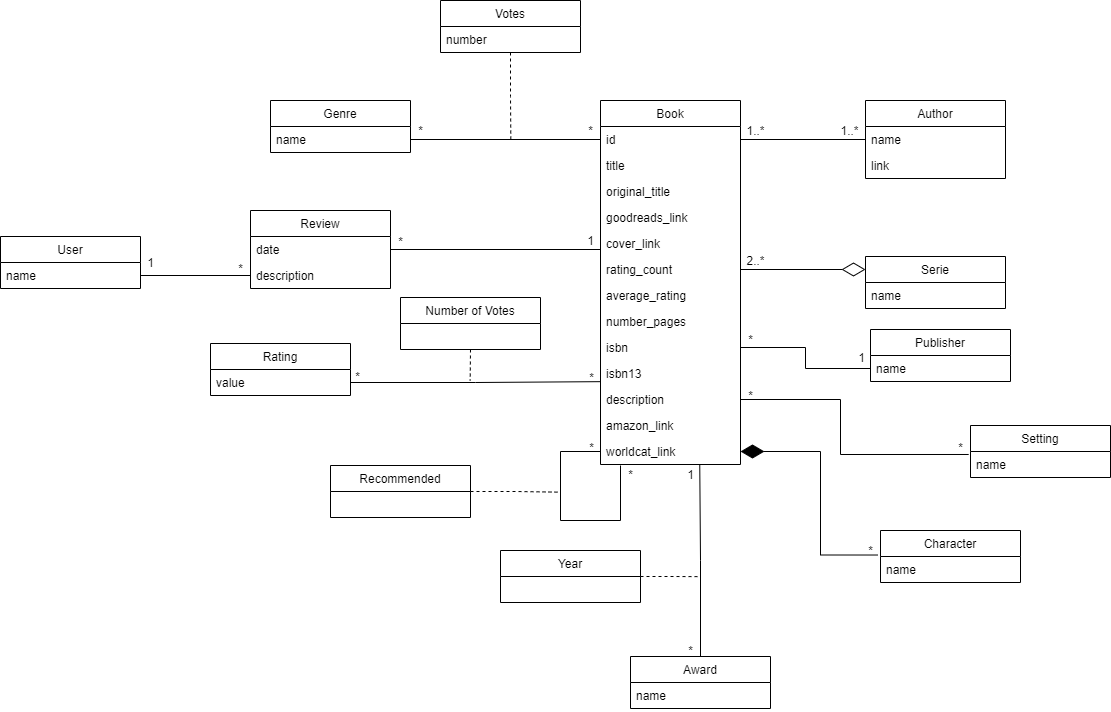
Earlier version of the draw.io export images/uml.png (diogohalmeida/FEUP-PRI-PROJ). Source tidied: cells renumbered, new cells last; positions are measured from the earlier drawing's top-left corner, leaving out a move shared by most shapes.
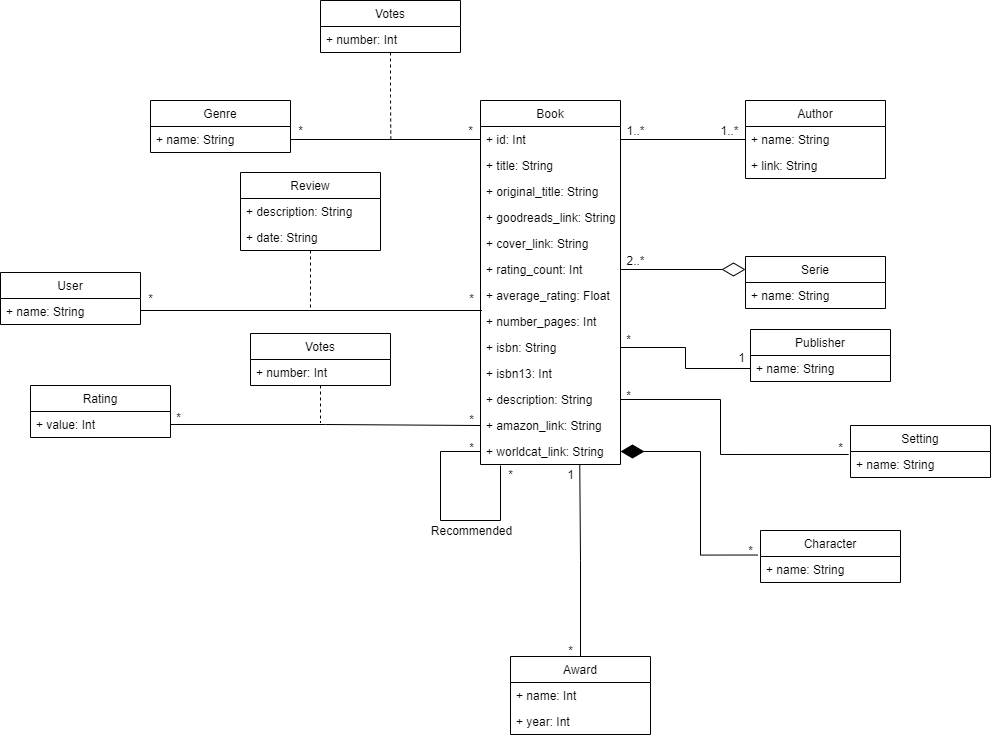
The same diagram one commit later.

Commit message:
Fixed uml and awards script

The edit, as a diff of the source:
```diff
@@ -7,39 +7,39 @@
     </mxCell>
-    <mxCell id="3" value="id" style="text;strokeColor=none;fillColor=none;align=left;verticalAlign=top;spacingLeft=4;spacingRight=4;overflow=hidden;points=[[0,0.5],[1,0.5]];portConstraint=eastwest;" parent="2" vertex="1">
+    <mxCell id="3" value="+ id: Int" style="text;strokeColor=none;fillColor=none;align=left;verticalAlign=top;spacingLeft=4;spacingRight=4;overflow=hidden;points=[[0,0.5],[1,0.5]];portConstraint=eastwest;" parent="2" vertex="1">
       <mxGeometry y="26" width="140" height="26" as="geometry" />
     </mxCell>
-    <mxCell id="4" value="title" style="text;strokeColor=none;fillColor=none;align=left;verticalAlign=top;spacingLeft=4;spacingRight=4;overflow=hidden;" parent="2" vertex="1">
+    <mxCell id="4" value="+ title: String" style="text;strokeColor=none;fillColor=none;align=left;verticalAlign=top;spacingLeft=4;spacingRight=4;overflow=hidden;" parent="2" vertex="1">
       <mxGeometry y="52" width="140" height="26" as="geometry" />
     </mxCell>
-    <mxCell id="5" value="original_title" style="text;strokeColor=none;fillColor=none;align=left;verticalAlign=top;spacingLeft=4;spacingRight=4;overflow=hidden;" parent="2" vertex="1">
+    <mxCell id="5" value="+ original_title: String" style="text;strokeColor=none;fillColor=none;align=left;verticalAlign=top;spacingLeft=4;spacingRight=4;overflow=hidden;" parent="2" vertex="1">
       <mxGeometry y="78" width="140" height="26" as="geometry" />
     </mxCell>
-    <mxCell id="6" value="goodreads_link" style="text;strokeColor=none;fillColor=none;align=left;verticalAlign=top;spacingLeft=4;spacingRight=4;overflow=hidden;" parent="2" vertex="1">
+    <mxCell id="6" value="+ goodreads_link: String" style="text;strokeColor=none;fillColor=none;align=left;verticalAlign=top;spacingLeft=4;spacingRight=4;overflow=hidden;" parent="2" vertex="1">
       <mxGeometry y="104" width="140" height="26" as="geometry" />
     </mxCell>
-    <mxCell id="7" value="cover_link" style="text;strokeColor=none;fillColor=none;align=left;verticalAlign=top;spacingLeft=4;spacingRight=4;overflow=hidden;" parent="2" vertex="1">
+    <mxCell id="7" value="+ cover_link: String" style="text;strokeColor=none;fillColor=none;align=left;verticalAlign=top;spacingLeft=4;spacingRight=4;overflow=hidden;" parent="2" vertex="1">
       <mxGeometry y="130" width="140" height="26" as="geometry" />
     </mxCell>
-    <mxCell id="8" value="rating_count" style="text;strokeColor=none;fillColor=none;align=left;verticalAlign=top;spacingLeft=4;spacingRight=4;overflow=hidden;points=[[0,0.5],[1,0.5]];portConstraint=eastwest;" parent="2" vertex="1">
+    <mxCell id="8" value="+ rating_count: Int" style="text;strokeColor=none;fillColor=none;align=left;verticalAlign=top;spacingLeft=4;spacingRight=4;overflow=hidden;points=[[0,0.5],[1,0.5]];portConstraint=eastwest;" parent="2" vertex="1">
       <mxGeometry y="156" width="140" height="26" as="geometry" />
     </mxCell>
-    <mxCell id="9" value="average_rating" style="text;strokeColor=none;fillColor=none;align=left;verticalAlign=top;spacingLeft=4;spacingRight=4;overflow=hidden;" parent="2" vertex="1">
+    <mxCell id="9" value="+ average_rating: Float" style="text;strokeColor=none;fillColor=none;align=left;verticalAlign=top;spacingLeft=4;spacingRight=4;overflow=hidden;" parent="2" vertex="1">
       <mxGeometry y="182" width="140" height="26" as="geometry" />
     </mxCell>
-    <mxCell id="10" value="number_pages" style="text;strokeColor=none;fillColor=none;align=left;verticalAlign=top;spacingLeft=4;spacingRight=4;overflow=hidden;points=[[0,0.5],[1,0.5]];portConstraint=eastwest;" parent="2" vertex="1">
+    <mxCell id="10" value="+ number_pages: Int" style="text;strokeColor=none;fillColor=none;align=left;verticalAlign=top;spacingLeft=4;spacingRight=4;overflow=hidden;points=[[0,0.5],[1,0.5]];portConstraint=eastwest;" parent="2" vertex="1">
       <mxGeometry y="208" width="140" height="26" as="geometry" />
     </mxCell>
-    <mxCell id="11" value="isbn" style="text;strokeColor=none;fillColor=none;align=left;verticalAlign=top;spacingLeft=4;spacingRight=4;overflow=hidden;points=[[0,0.5],[1,0.5]];portConstraint=eastwest;" parent="2" vertex="1">
+    <mxCell id="11" value="+ isbn: String" style="text;strokeColor=none;fillColor=none;align=left;verticalAlign=top;spacingLeft=4;spacingRight=4;overflow=hidden;points=[[0,0.5],[1,0.5]];portConstraint=eastwest;" parent="2" vertex="1">
       <mxGeometry y="234" width="140" height="26" as="geometry" />
     </mxCell>
-    <mxCell id="12" value="isbn13" style="text;strokeColor=none;fillColor=none;align=left;verticalAlign=top;spacingLeft=4;spacingRight=4;overflow=hidden;points=[[0,0.5],[1,0.5]];portConstraint=eastwest;" parent="2" vertex="1">
+    <mxCell id="12" value="+ isbn13: Int" style="text;strokeColor=none;fillColor=none;align=left;verticalAlign=top;spacingLeft=4;spacingRight=4;overflow=hidden;points=[[0,0.5],[1,0.5]];portConstraint=eastwest;" parent="2" vertex="1">
       <mxGeometry y="260" width="140" height="26" as="geometry" />
     </mxCell>
-    <mxCell id="13" value="description" style="text;strokeColor=none;fillColor=none;align=left;verticalAlign=top;spacingLeft=4;spacingRight=4;overflow=hidden;points=[[0,0.5],[1,0.5]];portConstraint=eastwest;" parent="2" vertex="1">
+    <mxCell id="13" value="+ description: String" style="text;strokeColor=none;fillColor=none;align=left;verticalAlign=top;spacingLeft=4;spacingRight=4;overflow=hidden;points=[[0,0.5],[1,0.5]];portConstraint=eastwest;" parent="2" vertex="1">
       <mxGeometry y="286" width="140" height="26" as="geometry" />
     </mxCell>
-    <mxCell id="14" value="amazon_link" style="text;strokeColor=none;fillColor=none;align=left;verticalAlign=top;spacingLeft=4;spacingRight=4;overflow=hidden;points=[[0,0.5],[1,0.5]];portConstraint=eastwest;" parent="2" vertex="1">
+    <mxCell id="14" value="+ amazon_link: String" style="text;strokeColor=none;fillColor=none;align=left;verticalAlign=top;spacingLeft=4;spacingRight=4;overflow=hidden;points=[[0,0.5],[1,0.5]];portConstraint=eastwest;" parent="2" vertex="1">
       <mxGeometry y="312" width="140" height="26" as="geometry" />
     </mxCell>
-    <mxCell id="15" value="worldcat_link" style="text;strokeColor=none;fillColor=none;align=left;verticalAlign=top;spacingLeft=4;spacingRight=4;overflow=hidden;points=[[0,0.5],[1,0.5]];portConstraint=eastwest;" parent="2" vertex="1">
+    <mxCell id="15" value="+ worldcat_link: String" style="text;strokeColor=none;fillColor=none;align=left;verticalAlign=top;spacingLeft=4;spacingRight=4;overflow=hidden;points=[[0,0.5],[1,0.5]];portConstraint=eastwest;" parent="2" vertex="1">
       <mxGeometry y="338" width="140" height="26" as="geometry" />
@@ -59,3 +59,3 @@
     </mxCell>
-    <mxCell id="18" value="name" style="text;strokeColor=none;fillColor=none;align=left;verticalAlign=top;spacingLeft=4;spacingRight=4;overflow=hidden;" parent="17" vertex="1">
+    <mxCell id="18" value="+ name: String" style="text;strokeColor=none;fillColor=none;align=left;verticalAlign=top;spacingLeft=4;spacingRight=4;overflow=hidden;" parent="17" vertex="1">
       <mxGeometry y="26" width="140" height="26" as="geometry" />
@@ -65,6 +65,6 @@
     </mxCell>
-    <mxCell id="20" value="name" style="text;strokeColor=none;fillColor=none;align=left;verticalAlign=top;spacingLeft=4;spacingRight=4;overflow=hidden;points=[[0,0.5],[1,0.5]];portConstraint=eastwest;" parent="19" vertex="1">
+    <mxCell id="20" value="+ name: String" style="text;strokeColor=none;fillColor=none;align=left;verticalAlign=top;spacingLeft=4;spacingRight=4;overflow=hidden;points=[[0,0.5],[1,0.5]];portConstraint=eastwest;" parent="19" vertex="1">
       <mxGeometry y="26" width="140" height="26" as="geometry" />
     </mxCell>
-    <mxCell id="21" value="link" style="text;strokeColor=none;fillColor=none;align=left;verticalAlign=top;spacingLeft=4;spacingRight=4;overflow=hidden;" parent="19" vertex="1">
+    <mxCell id="21" value="+ link: String" style="text;strokeColor=none;fillColor=none;align=left;verticalAlign=top;spacingLeft=4;spacingRight=4;overflow=hidden;" parent="19" vertex="1">
       <mxGeometry y="52" width="140" height="26" as="geometry" />
@@ -74,3 +74,3 @@
     </mxCell>
-    <mxCell id="23" value="name" style="text;strokeColor=none;fillColor=none;align=left;verticalAlign=top;spacingLeft=4;spacingRight=4;overflow=hidden;points=[[0,0.5],[1,0.5]];portConstraint=eastwest;" parent="22" vertex="1">
+    <mxCell id="23" value="+ name: String" style="text;strokeColor=none;fillColor=none;align=left;verticalAlign=top;spacingLeft=4;spacingRight=4;overflow=hidden;points=[[0,0.5],[1,0.5]];portConstraint=eastwest;" parent="22" vertex="1">
       <mxGeometry y="26" width="140" height="26" as="geometry" />
@@ -80,3 +80,3 @@
     </mxCell>
-    <mxCell id="25" value="name" style="text;strokeColor=none;fillColor=none;align=left;verticalAlign=top;spacingLeft=4;spacingRight=4;overflow=hidden;points=[[0,0.5],[1,0.5]];portConstraint=eastwest;" parent="24" vertex="1">
+    <mxCell id="25" value="+ name: String" style="text;strokeColor=none;fillColor=none;align=left;verticalAlign=top;spacingLeft=4;spacingRight=4;overflow=hidden;points=[[0,0.5],[1,0.5]];portConstraint=eastwest;" parent="24" vertex="1">
       <mxGeometry y="26" width="140" height="26" as="geometry" />
@@ -86,3 +86,3 @@
     </mxCell>
-    <mxCell id="27" value="name" style="text;strokeColor=none;fillColor=none;align=left;verticalAlign=top;spacingLeft=4;spacingRight=4;overflow=hidden;points=[[0,0.5],[1,0.5]];portConstraint=eastwest;" parent="26" vertex="1">
+    <mxCell id="27" value="+ name: String" style="text;strokeColor=none;fillColor=none;align=left;verticalAlign=top;spacingLeft=4;spacingRight=4;overflow=hidden;points=[[0,0.5],[1,0.5]];portConstraint=eastwest;" parent="26" vertex="1">
       <mxGeometry y="26" width="140" height="26" as="geometry" />
@@ -93,20 +93,28 @@
     <mxCell id="29" value="Award" style="swimlane;fontStyle=0;horizontal=1;startSize=26;fillColor=none;" parent="1" vertex="1">
-      <mxGeometry x="630" y="656" width="140" height="52" as="geometry" />
+      <mxGeometry x="630" y="656" width="140" height="78" as="geometry" />
     </mxCell>
-    <mxCell id="30" value="name" style="text;strokeColor=none;fillColor=none;align=left;verticalAlign=top;spacingLeft=4;spacingRight=4;overflow=hidden;" parent="29" vertex="1">
+    <mxCell id="30" value="+ name: Int" style="text;strokeColor=none;fillColor=none;align=left;verticalAlign=top;spacingLeft=4;spacingRight=4;overflow=hidden;" parent="29" vertex="1">
       <mxGeometry y="26" width="140" height="26" as="geometry" />
     </mxCell>
+    <mxCell id="78" value="+ year: Int" style="text;strokeColor=none;fillColor=none;align=left;verticalAlign=top;spacingLeft=4;spacingRight=4;overflow=hidden;" parent="29" vertex="1">
+      <mxGeometry y="52" width="140" height="26" as="geometry" />
+    </mxCell>
+    <mxCell id="79" style="edgeStyle=orthogonalEdgeStyle;rounded=0;jettySize=auto;html=1;exitX=0.5;exitY=1;exitDx=0;exitDy=0;dashed=1;endArrow=none;endFill=0;endSize=21;" parent="1" edge="1" source="31">
+      <mxGeometry relative="1" as="geometry">
+        <mxPoint x="429.9" y="310" as="targetPoint" />
+      </mxGeometry>
+    </mxCell>
     <mxCell id="31" value="Review" style="swimlane;fontStyle=0;horizontal=1;startSize=26;fillColor=none;" parent="1" vertex="1">
-      <mxGeometry x="250" y="210" width="140" height="78" as="geometry" />
+      <mxGeometry x="360" y="172" width="140" height="78" as="geometry" />
     </mxCell>
+    <mxCell id="33" value="+ description: String" style="text;strokeColor=none;fillColor=none;align=left;verticalAlign=top;spacingLeft=4;spacingRight=4;overflow=hidden;points=[[0,0.5],[1,0.5]];portConstraint=eastwest;" parent="31" vertex="1">
+      <mxGeometry y="26" width="140" height="26" as="geometry" />
+    </mxCell>
-    <mxCell id="32" value="date" style="text;strokeColor=none;fillColor=none;align=left;verticalAlign=top;spacingLeft=4;spacingRight=4;overflow=hidden;points=[[0,0.5],[1,0.5]];portConstraint=eastwest;" parent="31" vertex="1">
-      <mxGeometry y="26" width="140" height="26" as="geometry" />
+    <mxCell id="32" value="+ date: String" style="text;strokeColor=none;fillColor=none;align=left;verticalAlign=top;spacingLeft=4;spacingRight=4;overflow=hidden;points=[[0,0.5],[1,0.5]];portConstraint=eastwest;" parent="31" vertex="1">
+      <mxGeometry y="52" width="140" height="26" as="geometry" />
     </mxCell>
-    <mxCell id="33" value="description" style="text;strokeColor=none;fillColor=none;align=left;verticalAlign=top;spacingLeft=4;spacingRight=4;overflow=hidden;points=[[0,0.5],[1,0.5]];portConstraint=eastwest;" parent="31" vertex="1">
-      <mxGeometry y="52" width="140" height="26" as="geometry" />
-    </mxCell>
     <mxCell id="34" value="User" style="swimlane;fontStyle=0;horizontal=1;startSize=26;fillColor=none;" parent="1" vertex="1">
-      <mxGeometry y="236" width="140" height="52" as="geometry" />
+      <mxGeometry x="120" y="272" width="140" height="52" as="geometry" />
     </mxCell>
-    <mxCell id="35" value="name" style="text;strokeColor=none;fillColor=none;align=left;verticalAlign=top;spacingLeft=4;spacingRight=4;overflow=hidden;points=[[0,0.5],[1,0.5]];portConstraint=eastwest;" parent="34" vertex="1">
+    <mxCell id="35" value="+ name: String" style="text;strokeColor=none;fillColor=none;align=left;verticalAlign=top;spacingLeft=4;spacingRight=4;overflow=hidden;points=[[0,0.5],[1,0.5]];portConstraint=eastwest;" parent="34" vertex="1">
       <mxGeometry y="26" width="140" height="26" as="geometry" />
@@ -129,3 +137,3 @@
     <mxCell id="41" value="*" style="text;html=1;align=center;verticalAlign=middle;strokeColor=none;fillColor=none;" parent="1" vertex="1">
-      <mxGeometry x="740" y="329" width="20" height="20" as="geometry" />
+      <mxGeometry x="738" y="329" width="20" height="20" as="geometry" />
     </mxCell>
@@ -157,30 +165,8 @@
     </mxCell>
-    <mxCell id="49" style="edgeStyle=orthogonalEdgeStyle;rounded=0;jettySize=auto;html=1;exitX=1;exitY=0.5;exitDx=0;exitDy=0;endArrow=none;endFill=0;dashed=1;" parent="1" edge="1" source="50">
-      <mxGeometry relative="1" as="geometry">
-        <mxPoint x="700" y="576.1" as="targetPoint" />
-      </mxGeometry>
-    </mxCell>
-    <mxCell id="50" value="Year" style="swimlane;fontStyle=0;horizontal=1;startSize=26;fillColor=none;" parent="1" vertex="1">
-      <mxGeometry x="500" y="550" width="140" height="52" as="geometry" />
-    </mxCell>
-    <mxCell id="51" style="edgeStyle=orthogonalEdgeStyle;rounded=0;jettySize=auto;html=1;exitX=1;exitY=0.5;exitDx=0;exitDy=0;entryX=0;entryY=0.5;entryDx=0;entryDy=0;startArrow=none;startFill=0;endArrow=none;endFill=0;startSize=21;endSize=21;sourcePerimeterSpacing=0;targetPerimeterSpacing=0;" parent="1" edge="1" source="32">
-      <mxGeometry relative="1" as="geometry">
-        <mxPoint x="600" y="321" as="targetPoint" />
-      </mxGeometry>
-    </mxCell>
     <mxCell id="52" value="*" style="text;html=1;align=center;verticalAlign=middle;strokeColor=none;fillColor=none;" parent="1" vertex="1">
-      <mxGeometry x="390" y="231" width="20" height="20" as="geometry" />
+      <mxGeometry x="581" y="288" width="20" height="20" as="geometry" />
     </mxCell>
-    <mxCell id="53" value="1" style="text;html=1;align=center;verticalAlign=middle;strokeColor=none;fillColor=none;" parent="1" vertex="1">
-      <mxGeometry x="580" y="230" width="20" height="20" as="geometry" />
-    </mxCell>
-    <mxCell id="54" style="edgeStyle=orthogonalEdgeStyle;rounded=0;jettySize=auto;html=1;exitX=1;exitY=0.5;exitDx=0;exitDy=0;entryX=0;entryY=0.5;entryDx=0;entryDy=0;startArrow=none;startFill=0;endArrow=none;endFill=0;startSize=21;endSize=21;sourcePerimeterSpacing=0;targetPerimeterSpacing=0;" parent="1" edge="1" source="35" target="33">
-      <mxGeometry relative="1" as="geometry" />
-    </mxCell>
     <mxCell id="55" value="*" style="text;html=1;align=center;verticalAlign=middle;strokeColor=none;fillColor=none;" parent="1" vertex="1">
-      <mxGeometry x="230" y="258" width="20" height="20" as="geometry" />
+      <mxGeometry x="260" y="288" width="20" height="20" as="geometry" />
     </mxCell>
-    <mxCell id="56" value="1" style="text;html=1;align=center;verticalAlign=middle;strokeColor=none;fillColor=none;" parent="1" vertex="1">
-      <mxGeometry x="140" y="252" width="20" height="20" as="geometry" />
-    </mxCell>
     <mxCell id="57" value="Genre" style="swimlane;fontStyle=0;horizontal=1;startSize=26;fillColor=none;" parent="1" vertex="1">
@@ -188,3 +174,3 @@
     </mxCell>
-    <mxCell id="58" value="name" style="text;strokeColor=none;fillColor=none;align=left;verticalAlign=top;spacingLeft=4;spacingRight=4;overflow=hidden;points=[[0,0.5],[1,0.5]];portConstraint=eastwest;" parent="57" vertex="1">
+    <mxCell id="58" value="+ name: String" style="text;strokeColor=none;fillColor=none;align=left;verticalAlign=top;spacingLeft=4;spacingRight=4;overflow=hidden;points=[[0,0.5],[1,0.5]];portConstraint=eastwest;" parent="57" vertex="1">
       <mxGeometry y="26" width="140" height="26" as="geometry" />
@@ -208,3 +194,3 @@
     </mxCell>
-    <mxCell id="64" value="number" style="text;strokeColor=none;fillColor=none;align=left;verticalAlign=top;spacingLeft=4;spacingRight=4;overflow=hidden;" parent="63" vertex="1">
+    <mxCell id="64" value="+ number: Int" style="text;strokeColor=none;fillColor=none;align=left;verticalAlign=top;spacingLeft=4;spacingRight=4;overflow=hidden;" parent="63" vertex="1">
       <mxGeometry y="26" width="140" height="26" as="geometry" />
@@ -217,14 +203,6 @@
     </mxCell>
-    <mxCell id="67" style="edgeStyle=orthogonalEdgeStyle;rounded=0;jettySize=auto;html=1;exitX=1;exitY=0.5;exitDx=0;exitDy=0;dashed=1;endArrow=none;endFill=0;" parent="1" edge="1" source="68">
-      <mxGeometry relative="1" as="geometry">
-        <mxPoint x="560" y="491.7" as="targetPoint" />
-      </mxGeometry>
-    </mxCell>
-    <mxCell id="68" value="Recommended" style="swimlane;fontStyle=0;horizontal=1;startSize=26;fillColor=none;" parent="1" vertex="1">
-      <mxGeometry x="330" y="465" width="140" height="52" as="geometry" />
-    </mxCell>
     <mxCell id="69" value="Rating" style="swimlane;fontStyle=0;horizontal=1;startSize=26;fillColor=none;" parent="1" vertex="1">
-      <mxGeometry x="210" y="343" width="140" height="52" as="geometry" />
+      <mxGeometry x="150" y="385" width="140" height="52" as="geometry" />
     </mxCell>
-    <mxCell id="70" value="value" style="text;strokeColor=none;fillColor=none;align=left;verticalAlign=top;spacingLeft=4;spacingRight=4;overflow=hidden;points=[[0,0.5],[1,0.5]];portConstraint=eastwest;" parent="69" vertex="1">
+    <mxCell id="70" value="+ value: Int" style="text;strokeColor=none;fillColor=none;align=left;verticalAlign=top;spacingLeft=4;spacingRight=4;overflow=hidden;points=[[0,0.5],[1,0.5]];portConstraint=eastwest;" parent="69" vertex="1">
       <mxGeometry y="26" width="140" height="26" as="geometry" />
@@ -232,8 +210,8 @@
     <mxCell id="71" value="*" style="text;html=1;align=center;verticalAlign=middle;strokeColor=none;fillColor=none;" parent="1" vertex="1">
-      <mxGeometry x="740" y="385" width="20" height="20" as="geometry" />
+      <mxGeometry x="738" y="385" width="20" height="20" as="geometry" />
     </mxCell>
-    <mxCell id="72" style="edgeStyle=orthogonalEdgeStyle;rounded=0;jettySize=auto;html=1;exitX=0;exitY=0.5;exitDx=0;exitDy=0;entryX=1;entryY=0.5;entryDx=0;entryDy=0;endArrow=none;endFill=0;" parent="1" edge="1" source="23" target="11">
+    <mxCell id="72" style="edgeStyle=orthogonalEdgeStyle;rounded=0;jettySize=auto;html=1;exitX=0;exitY=0.5;exitDx=0;exitDy=0;entryX=1;entryY=0.5;entryDx=0;entryDy=0;endArrow=none;endFill=0;endSize=21;" parent="1" edge="1" source="23" target="11">
       <mxGeometry relative="1" as="geometry" />
     </mxCell>
-    <mxCell id="73" style="edgeStyle=orthogonalEdgeStyle;rounded=0;jettySize=auto;html=1;exitX=1;exitY=0.5;exitDx=0;exitDy=0;entryX=0.002;entryY=0.814;entryDx=0;entryDy=0;endArrow=none;endFill=0;entryPerimeter=0;" parent="1" edge="1" source="70" target="12">
+    <mxCell id="73" style="edgeStyle=orthogonalEdgeStyle;rounded=0;jettySize=auto;html=1;exitX=1;exitY=0.5;exitDx=0;exitDy=0;entryX=0;entryY=0.5;entryDx=0;entryDy=0;endArrow=none;endFill=0;" parent="1" edge="1" source="70" target="14">
       <mxGeometry relative="1" as="geometry" />
@@ -241,6 +219,6 @@
     <mxCell id="74" value="*" style="text;html=1;align=center;verticalAlign=middle;strokeColor=none;fillColor=none;" parent="1" vertex="1">
-      <mxGeometry x="581" y="367" width="20" height="20" as="geometry" />
+      <mxGeometry x="581" y="409" width="20" height="20" as="geometry" />
     </mxCell>
     <mxCell id="75" value="*" style="text;html=1;align=center;verticalAlign=middle;strokeColor=none;fillColor=none;" parent="1" vertex="1">
-      <mxGeometry x="347" y="366" width="20" height="20" as="geometry" />
+      <mxGeometry x="288" y="407" width="20" height="20" as="geometry" />
     </mxCell>
@@ -248,8 +226,19 @@
       <mxGeometry relative="1" as="geometry">
-        <mxPoint x="469.7" y="380" as="targetPoint" />
+        <mxPoint x="440" y="422" as="targetPoint" />
       </mxGeometry>
     </mxCell>
-    <mxCell id="77" value="Number of Votes" style="swimlane;fontStyle=0;horizontal=1;startSize=26;fillColor=none;" parent="1" vertex="1">
-      <mxGeometry x="400" y="297" width="140" height="52" as="geometry" />
+    <mxCell id="77" value="Votes" style="swimlane;fontStyle=0;horizontal=1;startSize=26;fillColor=none;" parent="1" vertex="1">
+      <mxGeometry x="370" y="333" width="140" height="52" as="geometry" />
     </mxCell>
+    <mxCell id="80" value="+ number: Int" style="text;strokeColor=none;fillColor=none;align=left;verticalAlign=top;spacingLeft=4;spacingRight=4;overflow=hidden;" parent="77" vertex="1">
+      <mxGeometry y="26" width="140" height="26" as="geometry" />
+    </mxCell>
+    <mxCell id="68" value="Recommended" style="text;html=1;align=center;verticalAlign=middle;points=[];strokeColor=none;fillColor=none;rotation=0;" parent="1" vertex="1">
+      <mxGeometry x="541" y="520" width="100" height="20" as="geometry" />
+    </mxCell>
+    <mxCell id="81" style="edgeStyle=orthogonalEdgeStyle;rounded=0;jettySize=auto;html=1;entryX=0.01;entryY=0.077;entryDx=0;entryDy=0;endArrow=none;endFill=0;endSize=21;entryPerimeter=0;" parent="1" edge="1" target="10">
+      <mxGeometry relative="1" as="geometry">
+        <mxPoint x="260" y="310" as="sourcePoint" />
+      </mxGeometry>
+    </mxCell>
   </root>
```
